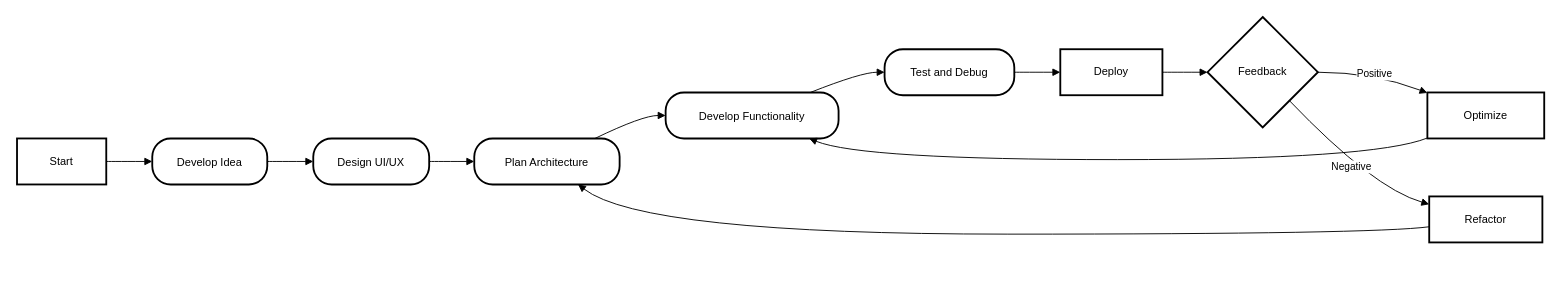
Before: Untitled Diagram.drawio in Kechenk/ProDiggy, a draw.io diagram. Source tidied: cells renumbered, new cells numbered last; positions are measured from the earlier drawing's top-left corner, leaving out a move shared by most shapes. Both pictures are drawn from the tidied source at 92%, with x=0, y=0 at pixel (17, 17).
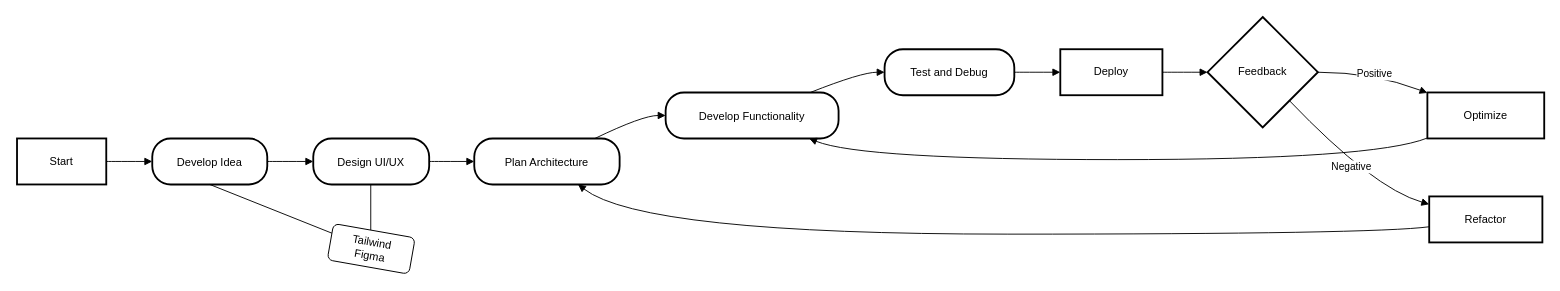
The same diagram, later.

The change refers to these unchanged cells:
```xml
<mxCell id="3" value="Develop Idea" style="rounded=1;arcSize=40;strokeWidth=2;" parent="1" vertex="1">
  <mxGeometry x="147" y="132" width="125" height="50" as="geometry" />
</mxCell>
```

Change to the diagram source:
```diff
@@
+    <mxCell id="23" style="endArrow=none;html=1;rounded=0;entryX=0.5;entryY=1;entryDx=0;entryDy=0;" parent="1" edge="1" source="25" target="3">
+      <mxGeometry relative="1" as="geometry" />
+    </mxCell>
+    <mxCell id="24" style="endArrow=none;html=1;rounded=0;entryX=0.5;entryY=1;entryDx=0;entryDy=0;" parent="1" edge="1">
+      <mxGeometry relative="1" as="geometry">
+        <mxPoint x="384.5" y="232" as="sourcePoint" />
+        <mxPoint x="384.5" y="182" as="targetPoint" />
+      </mxGeometry>
+    </mxCell>
+    <mxCell id="25" value="&lt;div&gt;Tailwind&lt;/div&gt;&lt;div&gt;Figma&lt;br&gt;&lt;/div&gt;" style="rounded=1;whiteSpace=wrap;html=1;rotation=10;" parent="1" vertex="1">
+      <mxGeometry x="340" y="232" width="90" height="40" as="geometry" />
+    </mxCell>
```
